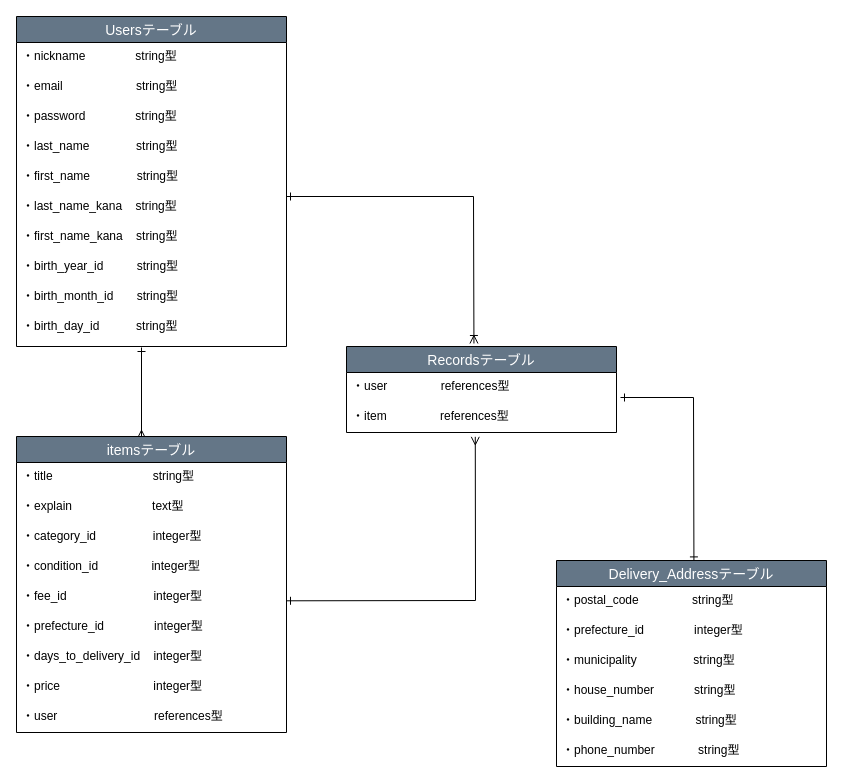
Earlier version of the draw.io diagram ER.dio (NAGA-87/furima-31785). Source tidied: cells renumbered, new cells numbered last; positions are measured from the earlier drawing's top-left corner, leaving out a move shared by most shapes. Both pictures are drawn from the tidied source at 100%, with x=0, y=0 at pixel (16, 16).
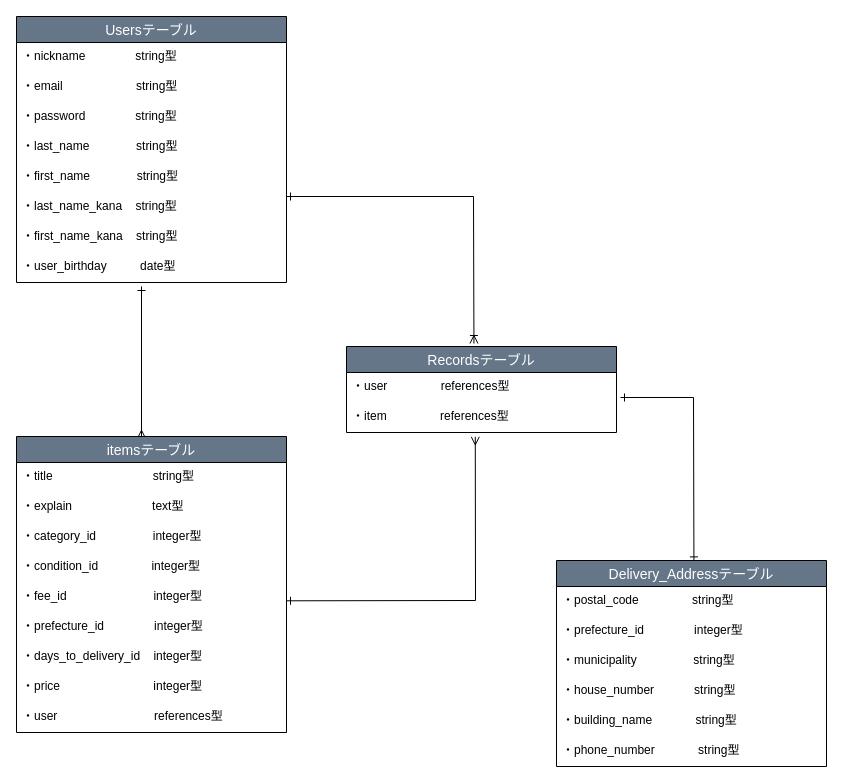
Above is the later version.

Commit message (it also covers changes not shown here):
データベース設計_修正2

The change refers to these unchanged cells:
```xml
<mxCell id="19" value="itemsテーブル" style="swimlane;fontStyle=0;horizontal=1;startSize=26;align=center;fontSize=14;fillColor=#647687;fontColor=#ffffff;" parent="1" vertex="1">
  <mxGeometry y="420" width="270" height="296" as="geometry" />
</mxCell>
```

Diff of the diagram source:
```diff
@@
     <mxCell id="2" value="Usersテーブル" style="swimlane;fontStyle=0;horizontal=1;startSize=26;align=center;fontSize=14;fillColor=#647687;fontColor=#ffffff;" parent="1" vertex="1">
-      <mxGeometry width="270" height="330" as="geometry" />
+      <mxGeometry width="270" height="266" as="geometry" />
     </mxCell>
@@
-    <mxCell id="10" value="・birth_year_id          string型" style="text;fillColor=none;spacingLeft=4;spacingRight=4;overflow=hidden;fontSize=12;" parent="2" vertex="1">
+    <mxCell id="10" value="・user_birthday          date型" style="text;fillColor=none;spacingLeft=4;spacingRight=4;overflow=hidden;fontSize=12;" parent="2" vertex="1">
       <mxGeometry y="236" width="270" height="30" as="geometry" />
     </mxCell>
-    <mxCell id="11" value="・birth_month_id       string型" style="text;fillColor=none;spacingLeft=4;spacingRight=4;overflow=hidden;fontSize=12;" parent="2" vertex="1">
-      <mxGeometry y="266" width="270" height="30" as="geometry" />
-    </mxCell>
-    <mxCell id="12" value="・birth_day_id           string型" style="text;fillColor=none;spacingLeft=4;spacingRight=4;overflow=hidden;fontSize=12;" parent="2" vertex="1">
-      <mxGeometry y="296" width="270" height="34" as="geometry" />
-    </mxCell>
@@
-    <mxCell id="18" style="endArrow=ERmany;html=1;rounded=0;startArrow=ERone;startFill=0;endFill=0;entryX=0.463;entryY=0.006;entryDx=0;entryDy=0;entryPerimeter=0;exitX=0.463;exitY=0.006;exitDx=0;exitDy=0;exitPerimeter=0;" parent="1" edge="1" target="19">
+    <mxCell id="18" style="endArrow=ERmany;html=1;rounded=0;startArrow=ERone;startFill=0;endFill=0;entryX=0.463;entryY=0.006;entryDx=0;entryDy=0;entryPerimeter=0;" parent="1" edge="1" target="19">
       <mxGeometry relative="1" as="geometry">
-        <mxPoint x="125" y="331" as="sourcePoint" />
+        <mxPoint x="125" y="270" as="sourcePoint" />
       </mxGeometry>
     </mxCell>
```
